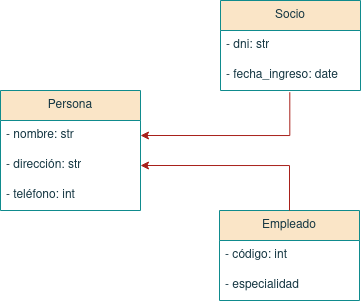
Before: Tema 5. Diagramas de clase/ClubNautico.drawio.png, a diagram exported from draw.io (colidom/ets). Source tidied: cells renumbered, new cells last; positions are measured from the earlier drawing's top-left corner, leaving out a move shared by most shapes. Its diagram source:
```xml
<mxGraphModel>
  <root>
    <mxCell id="0" />
    <mxCell id="1" parent="0" />
    <mxCell id="2" value="Socio" style="swimlane;fontStyle=0;horizontal=1;startSize=30;whiteSpace=wrap;html=1;strokeColor=#0F8B8D;fontColor=#143642;fillColor=#FAE5C7;" parent="1" vertex="1">
      <mxGeometry x="220" width="140" height="90" as="geometry" />
    </mxCell>
    <mxCell id="3" value="- dni: str" style="text;strokeColor=none;fillColor=none;align=left;verticalAlign=middle;spacingLeft=4;spacingRight=4;overflow=hidden;whiteSpace=wrap;html=1;fontColor=#143642;" parent="2" vertex="1">
      <mxGeometry y="30" width="140" height="30" as="geometry" />
    </mxCell>
    <mxCell id="4" value="- fecha_ingreso: date" style="text;strokeColor=none;fillColor=none;align=left;verticalAlign=middle;spacingLeft=4;spacingRight=4;overflow=hidden;points=[[0,0.5],[1,0.5]];portConstraint=eastwest;whiteSpace=wrap;html=1;fontColor=#143642;" parent="2" vertex="1">
      <mxGeometry y="60" width="140" height="30" as="geometry" />
    </mxCell>
    <mxCell id="5" value="Persona" style="swimlane;fontStyle=0;horizontal=1;startSize=30;whiteSpace=wrap;html=1;strokeColor=#0F8B8D;fontColor=#143642;fillColor=#FAE5C7;" parent="1" vertex="1">
      <mxGeometry y="90" width="140" height="120" as="geometry" />
    </mxCell>
    <mxCell id="6" value="- nombre: str" style="text;strokeColor=none;fillColor=none;align=left;verticalAlign=middle;spacingLeft=4;spacingRight=4;overflow=hidden;points=[[0,0.5],[1,0.5]];portConstraint=eastwest;whiteSpace=wrap;html=1;fontColor=#143642;" parent="5" vertex="1">
      <mxGeometry y="30" width="140" height="30" as="geometry" />
    </mxCell>
    <mxCell id="7" value="- dirección: str" style="text;strokeColor=none;fillColor=none;align=left;verticalAlign=middle;spacingLeft=4;spacingRight=4;overflow=hidden;points=[[0,0.5],[1,0.5]];portConstraint=eastwest;whiteSpace=wrap;html=1;fontColor=#143642;" parent="5" vertex="1">
      <mxGeometry y="60" width="140" height="30" as="geometry" />
    </mxCell>
    <mxCell id="8" value="- teléfono: int" style="text;strokeColor=none;fillColor=none;align=left;verticalAlign=middle;spacingLeft=4;spacingRight=4;overflow=hidden;whiteSpace=wrap;html=1;fontColor=#143642;" parent="5" vertex="1">
      <mxGeometry y="90" width="140" height="30" as="geometry" />
    </mxCell>
    <mxCell id="9" value="Empleado" style="swimlane;fontStyle=0;horizontal=1;startSize=30;whiteSpace=wrap;html=1;strokeColor=#0F8B8D;fontColor=#143642;fillColor=#FAE5C7;" parent="1" vertex="1">
      <mxGeometry x="219" y="210" width="140" height="90" as="geometry" />
    </mxCell>
    <mxCell id="10" value="- código: int" style="text;strokeColor=none;fillColor=none;align=left;verticalAlign=middle;spacingLeft=4;spacingRight=4;overflow=hidden;whiteSpace=wrap;html=1;fontColor=#143642;" parent="9" vertex="1">
      <mxGeometry y="30" width="140" height="30" as="geometry" />
    </mxCell>
    <mxCell id="11" value="- especialidad" style="text;strokeColor=none;fillColor=none;align=left;verticalAlign=middle;spacingLeft=4;spacingRight=4;overflow=hidden;whiteSpace=wrap;html=1;fontColor=#143642;" parent="9" vertex="1">
      <mxGeometry y="60" width="140" height="30" as="geometry" />
    </mxCell>
    <mxCell id="12" style="endArrow=classic;html=1;rounded=0;strokeColor=#A8201A;fontColor=#143642;fillColor=#FAE5C7;entryX=1;entryY=0.5;entryDx=0;entryDy=0;exitX=0.5;exitY=0;exitDx=0;exitDy=0;edgeStyle=orthogonalEdgeStyle;" parent="1" edge="1" source="9" target="7">
      <mxGeometry relative="1" as="geometry" />
    </mxCell>
    <mxCell id="13" style="endArrow=classic;html=1;rounded=0;strokeColor=#A8201A;fontColor=#143642;fillColor=#FAE5C7;entryX=1;entryY=0.5;entryDx=0;entryDy=0;exitX=0.495;exitY=1.056;exitDx=0;exitDy=0;exitPerimeter=0;edgeStyle=orthogonalEdgeStyle;" parent="1" edge="1" source="4" target="6">
      <mxGeometry relative="1" as="geometry">
        <Array as="points">
          <mxPoint x="289" y="135" />
        </Array>
      </mxGeometry>
    </mxCell>
  </root>
</mxGraphModel>
```
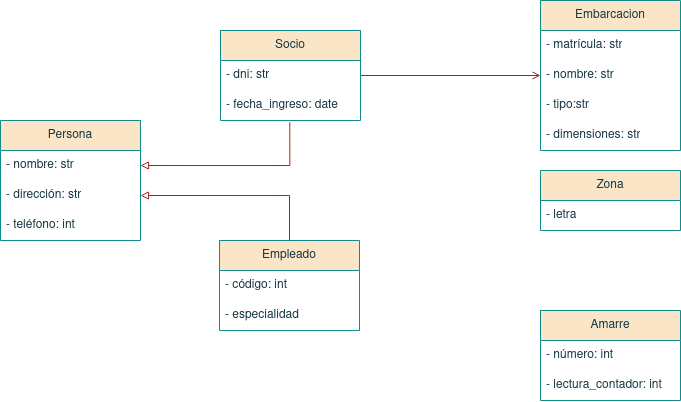
After the commit.

The edit, as a diff of the source:
```diff
@@ -2,6 +2,9 @@
   <root>
     <mxCell id="0" />
     <mxCell id="1" parent="0" />
+    <mxCell id="14" style="edgeStyle=orthogonalEdgeStyle;rounded=0;jettySize=auto;html=1;strokeColor=#A8201A;fontColor=#143642;fillColor=#FAE5C7;entryX=0;entryY=0.5;entryDx=0;entryDy=0;endArrow=open;endFill=0;" parent="1" edge="1" source="2" target="17">
+      <mxGeometry relative="1" as="geometry" />
+    </mxCell>
     <mxCell id="2" value="Socio" style="swimlane;fontStyle=0;horizontal=1;startSize=30;whiteSpace=wrap;html=1;strokeColor=#0F8B8D;fontColor=#143642;fillColor=#FAE5C7;" parent="1" vertex="1">
       <mxGeometry x="220" width="140" height="90" as="geometry" />
     </mxCell>
@@ -32,15 +35,45 @@
     <mxCell id="11" value="- especialidad" style="text;strokeColor=none;fillColor=none;align=left;verticalAlign=middle;spacingLeft=4;spacingRight=4;overflow=hidden;whiteSpace=wrap;html=1;fontColor=#143642;" parent="9" vertex="1">
       <mxGeometry y="60" width="140" height="30" as="geometry" />
     </mxCell>
-    <mxCell id="12" style="endArrow=classic;html=1;rounded=0;strokeColor=#A8201A;fontColor=#143642;fillColor=#FAE5C7;entryX=1;entryY=0.5;entryDx=0;entryDy=0;exitX=0.5;exitY=0;exitDx=0;exitDy=0;edgeStyle=orthogonalEdgeStyle;" parent="1" edge="1" source="9" target="7">
+    <mxCell id="12" style="endArrow=block;html=1;rounded=0;strokeColor=#A8201A;fontColor=#143642;fillColor=#FAE5C7;entryX=1;entryY=0.5;entryDx=0;entryDy=0;exitX=0.5;exitY=0;exitDx=0;exitDy=0;edgeStyle=orthogonalEdgeStyle;endFill=0;" parent="1" edge="1" source="9" target="7">
       <mxGeometry relative="1" as="geometry" />
     </mxCell>
-    <mxCell id="13" style="endArrow=classic;html=1;rounded=0;strokeColor=#A8201A;fontColor=#143642;fillColor=#FAE5C7;entryX=1;entryY=0.5;entryDx=0;entryDy=0;exitX=0.495;exitY=1.056;exitDx=0;exitDy=0;exitPerimeter=0;edgeStyle=orthogonalEdgeStyle;" parent="1" edge="1" source="4" target="6">
+    <mxCell id="13" style="endArrow=block;html=1;rounded=0;strokeColor=#A8201A;fontColor=#143642;fillColor=#FAE5C7;entryX=1;entryY=0.5;entryDx=0;entryDy=0;exitX=0.495;exitY=1.056;exitDx=0;exitDy=0;exitPerimeter=0;edgeStyle=orthogonalEdgeStyle;endFill=0;" parent="1" edge="1" source="4" target="6">
       <mxGeometry relative="1" as="geometry">
         <Array as="points">
           <mxPoint x="289" y="135" />
         </Array>
       </mxGeometry>
     </mxCell>
+    <mxCell id="15" value="Embarcacion" style="swimlane;fontStyle=0;horizontal=1;startSize=30;whiteSpace=wrap;html=1;strokeColor=#0F8B8D;fontColor=#143642;fillColor=#FAE5C7;" parent="1" vertex="1">
+      <mxGeometry x="540" y="-30" width="140" height="150" as="geometry" />
+    </mxCell>
+    <mxCell id="16" value="- matrícula: str" style="text;strokeColor=none;fillColor=none;align=left;verticalAlign=middle;spacingLeft=4;spacingRight=4;overflow=hidden;whiteSpace=wrap;html=1;fontColor=#143642;" parent="15" vertex="1">
+      <mxGeometry y="30" width="140" height="30" as="geometry" />
+    </mxCell>
+    <mxCell id="17" value="- nombre: str" style="text;strokeColor=none;fillColor=none;align=left;verticalAlign=middle;spacingLeft=4;spacingRight=4;overflow=hidden;points=[[0,0.5],[1,0.5]];portConstraint=eastwest;whiteSpace=wrap;html=1;fontColor=#143642;" parent="15" vertex="1">
+      <mxGeometry y="60" width="140" height="30" as="geometry" />
+    </mxCell>
+    <mxCell id="18" value="- tipo:str" style="text;strokeColor=none;fillColor=none;align=left;verticalAlign=middle;spacingLeft=4;spacingRight=4;overflow=hidden;whiteSpace=wrap;html=1;fontColor=#143642;" parent="15" vertex="1">
+      <mxGeometry y="90" width="140" height="30" as="geometry" />
+    </mxCell>
+    <mxCell id="19" value="- dimensiones: str" style="text;strokeColor=none;fillColor=none;align=left;verticalAlign=middle;spacingLeft=4;spacingRight=4;overflow=hidden;whiteSpace=wrap;html=1;fontColor=#143642;" parent="15" vertex="1">
+      <mxGeometry y="120" width="140" height="30" as="geometry" />
+    </mxCell>
+    <mxCell id="20" value="Amarre" style="swimlane;fontStyle=0;horizontal=1;startSize=30;whiteSpace=wrap;html=1;strokeColor=#0F8B8D;fontColor=#143642;fillColor=#FAE5C7;" parent="1" vertex="1">
+      <mxGeometry x="540" y="280" width="140" height="90" as="geometry" />
+    </mxCell>
+    <mxCell id="21" value="- número: int" style="text;strokeColor=none;fillColor=none;align=left;verticalAlign=middle;spacingLeft=4;spacingRight=4;overflow=hidden;whiteSpace=wrap;html=1;fontColor=#143642;" parent="20" vertex="1">
+      <mxGeometry y="30" width="140" height="30" as="geometry" />
+    </mxCell>
+    <mxCell id="22" value="- lectura_contador: int" style="text;strokeColor=none;fillColor=none;align=left;verticalAlign=middle;spacingLeft=4;spacingRight=4;overflow=hidden;whiteSpace=wrap;html=1;fontColor=#143642;" parent="20" vertex="1">
+      <mxGeometry y="60" width="140" height="30" as="geometry" />
+    </mxCell>
+    <mxCell id="23" value="Zona" style="swimlane;fontStyle=0;horizontal=1;startSize=30;whiteSpace=wrap;html=1;strokeColor=#0F8B8D;fontColor=#143642;fillColor=#FAE5C7;" parent="1" vertex="1">
+      <mxGeometry x="540" y="140" width="140" height="60" as="geometry" />
+    </mxCell>
+    <mxCell id="24" value="- letra" style="text;strokeColor=none;fillColor=none;align=left;verticalAlign=middle;spacingLeft=4;spacingRight=4;overflow=hidden;whiteSpace=wrap;html=1;fontColor=#143642;" parent="23" vertex="1">
+      <mxGeometry y="30" width="140" height="30" as="geometry" />
+    </mxCell>
   </root>
 </mxGraphModel>
```
